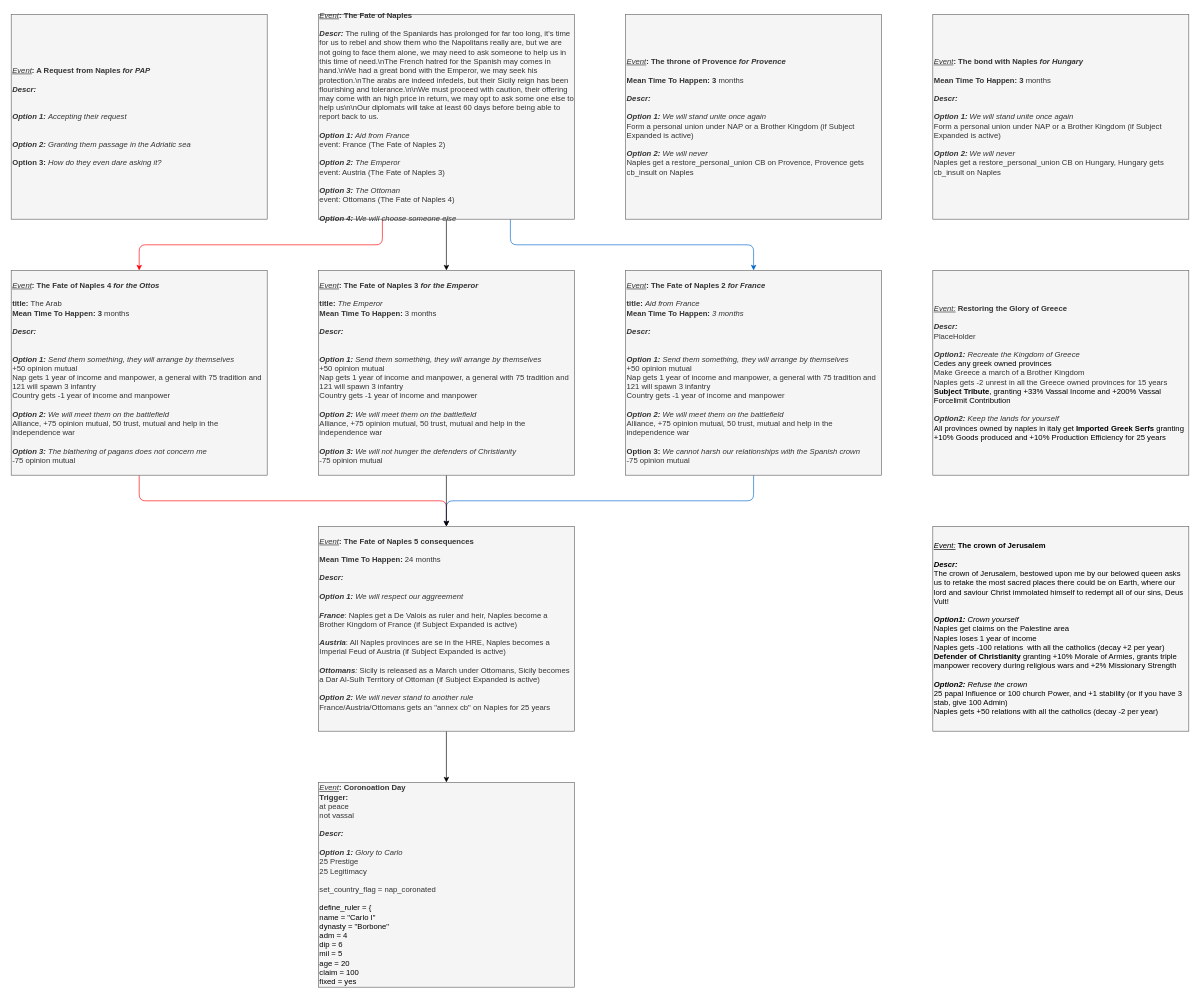
Before: page "Events" (2 of 2) of Naples/It's Pizza Time 0.96.drawio in Melvasul/Missions-Expanded, a draw.io diagram. Source tidied: cells renumbered, new cells numbered last; positions are measured from the earlier drawing's top-left corner, leaving out a move shared by most shapes. Both pictures are drawn from the tidied source at 64%, with x=0, y=0 at pixel (11, 14).
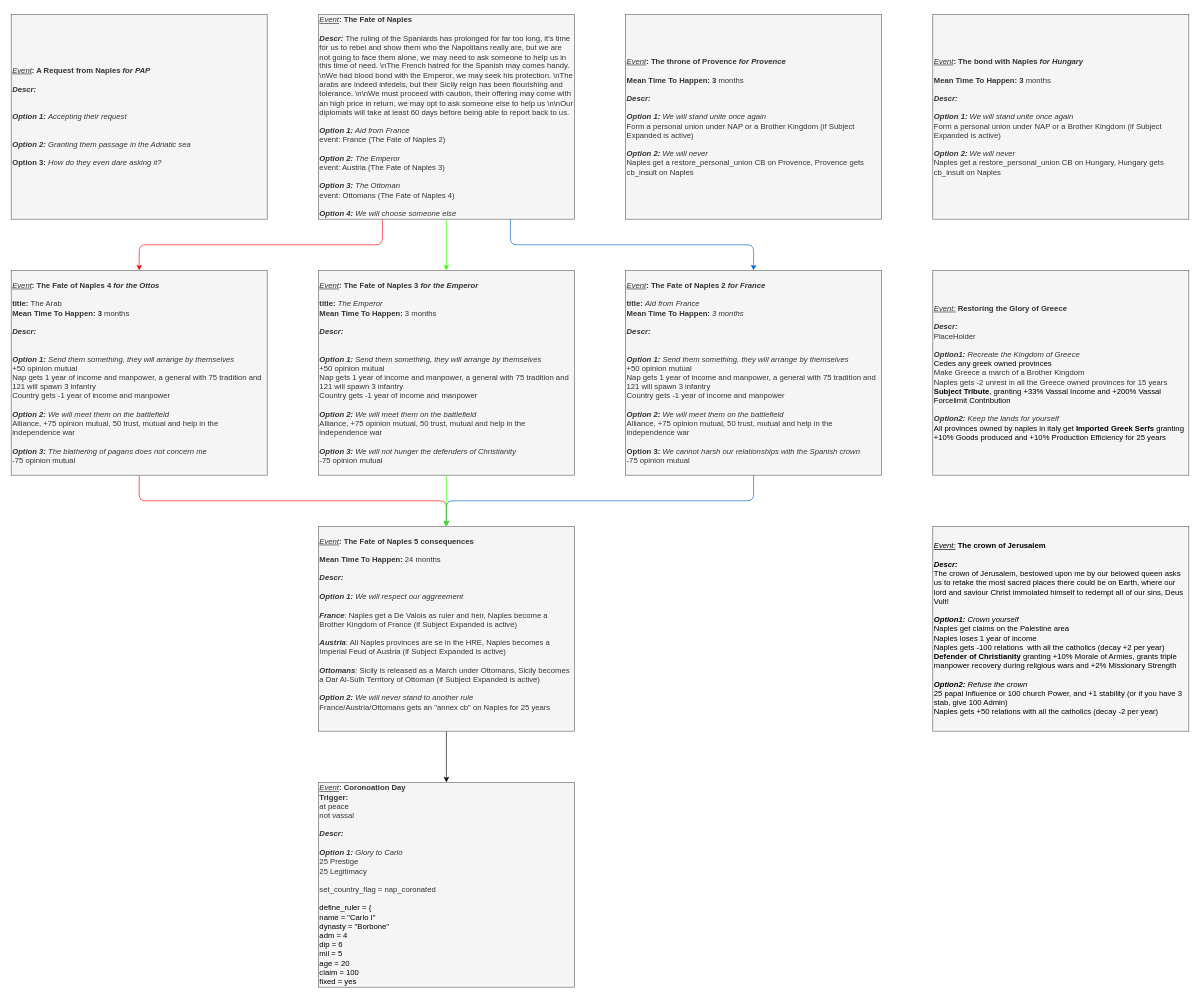
Above is the later version.

The change refers to these unchanged cells:
```xml
<mxCell id="15" value="&lt;div style=&quot;font-size: 12px&quot;&gt;&lt;i&gt;&lt;u&gt;Event&lt;/u&gt;&lt;/i&gt;&lt;b&gt;: The Fate of Naples 3 &lt;i&gt;for the Emperor&lt;/i&gt;&lt;/b&gt;&lt;/div&gt;&lt;div style=&quot;font-size: 12px&quot;&gt;&lt;b&gt;&lt;br&gt;&lt;/b&gt;&lt;/div&gt;&lt;div&gt;&lt;b&gt;title:&lt;/b&gt; &lt;i&gt;The Emperor&lt;/i&gt;&lt;br&gt;&lt;/div&gt;&lt;div style=&quot;font-size: 12px&quot;&gt;&lt;b&gt;Mean Time To Happen: &lt;/b&gt;3 months&lt;/div&gt;&lt;div style=&quot;font-size: 12px&quot;&gt;&lt;b&gt;&lt;br&gt;&lt;/b&gt;&lt;/div&gt;&lt;div&gt;&lt;font&gt;&lt;div style=&quot;font-size: 12px&quot;&gt;&lt;b style=&quot;font-size: 12px&quot;&gt;&lt;i style=&quot;font-size: 12px&quot;&gt;Descr:&lt;/i&gt;&lt;/b&gt;&lt;/div&gt;&lt;div&gt;&lt;br&gt;&lt;/div&gt;&lt;div&gt;&lt;br&gt;&lt;/div&gt;&lt;/font&gt;&lt;/div&gt;&lt;div style=&quot;font-size: 12px&quot;&gt;&lt;/div&gt;&lt;b style=&quot;font-style: italic&quot;&gt;Option 1:&lt;/b&gt;&lt;span style=&quot;font-style: italic&quot;&gt;&amp;nbsp;Send them something, they will arrange by themselves&lt;br&gt;&lt;/span&gt;+50 opinion mutual&lt;br&gt;Nap gets 1 year of income and manpower, a general with 75 tradition and 121 will spawn 3 infantry&lt;br&gt;Country gets -1 year of income and manpower&lt;br&gt;&lt;br&gt;&lt;i&gt;&lt;b&gt;Option 2:&lt;/b&gt;&amp;nbsp;We will meet them on the battlefield&lt;br&gt;&lt;/i&gt;Alliance, +75 opinion mutual, 50 trust, mutual and help in the independence war&lt;br&gt;&lt;br&gt;&lt;i&gt;&lt;b&gt;Option 3:&lt;/b&gt;&amp;nbsp;We will not hunger the defenders of Christianity&lt;br&gt;&lt;/i&gt;-75 opinion mutual" style="rounded=0;whiteSpace=wrap;html=1;align=left;fontSize=12;fillColor=#f5f5f5;strokeColor=#666666;fontColor=#333333;" parent="1" vertex="1">
  <mxGeometry x="480" y="400" width="400" height="320" as="geometry" />
</mxCell>
<mxCell id="18" value="&lt;div style=&quot;font-size: 12px&quot;&gt;&lt;i&gt;&lt;u&gt;Event&lt;/u&gt;&lt;/i&gt;&lt;b&gt;: The Fate of Naples 5 consequences&lt;/b&gt;&lt;/div&gt;&lt;div style=&quot;font-size: 12px&quot;&gt;&lt;b&gt;&lt;br&gt;&lt;/b&gt;&lt;/div&gt;&lt;div style=&quot;font-size: 12px&quot;&gt;&lt;b&gt;Mean Time To Happen: &lt;/b&gt;24 months&lt;/div&gt;&lt;div style=&quot;font-size: 12px&quot;&gt;&lt;b&gt;&lt;br&gt;&lt;/b&gt;&lt;/div&gt;&lt;div&gt;&lt;font&gt;&lt;div style=&quot;font-size: 12px&quot;&gt;&lt;b style=&quot;font-size: 12px&quot;&gt;&lt;i style=&quot;font-size: 12px&quot;&gt;Descr:&amp;nbsp;&lt;/i&gt;&lt;/b&gt;&lt;/div&gt;&lt;div style=&quot;font-size: 12px&quot;&gt;&lt;b style=&quot;font-size: 12px&quot;&gt;&lt;i style=&quot;font-size: 12px&quot;&gt;&lt;br&gt;&lt;/i&gt;&lt;/b&gt;&lt;/div&gt;&lt;/font&gt;&lt;/div&gt;&lt;div style=&quot;font-size: 12px&quot;&gt;&lt;/div&gt;&lt;font&gt;&lt;b style=&quot;font-size: 12px ; font-style: italic&quot;&gt;Option 1:&lt;/b&gt;&lt;span style=&quot;font-size: 12px ; font-style: italic&quot;&gt;&amp;nbsp;We will respect our aggreement&lt;/span&gt;&lt;br&gt;&lt;i&gt;&lt;b&gt;&lt;br&gt;France&lt;/b&gt;&lt;/i&gt;: Naples get a De Valois as ruler and heir, Naples become a Brother Kingdom of France (if Subject Expanded is active)&lt;br&gt;&lt;i&gt;&lt;b&gt;&lt;br&gt;Austria&lt;/b&gt;&lt;/i&gt;: All Naples provinces are se in the HRE, Naples becomes a Imperial Feud of Austria (if Subject Expanded is active)&lt;br&gt;&lt;br&gt;&lt;i&gt;&lt;b&gt;Ottomans&lt;/b&gt;:&lt;/i&gt;&amp;nbsp;Sicily is released as a March under Ottomans, Sicily becomes a Dar Al-Sulh Territory of Ottoman (if Subject Expanded is active)&lt;br&gt;&lt;br&gt;&lt;span style=&quot;font-size: 12px&quot;&gt;&lt;b style=&quot;font-style: italic&quot;&gt;Option 2:&lt;/b&gt;&lt;i&gt; We will never stand to another rule&lt;/i&gt;&lt;br&gt;France/Austria/Ottomans gets an &quot;annex cb&quot; on Naples for 25 years&lt;br&gt;&lt;br&gt;&lt;/span&gt;&lt;/font&gt;" style="rounded=0;whiteSpace=wrap;html=1;align=left;fontSize=12;fillColor=#f5f5f5;strokeColor=#666666;fontColor=#333333;" parent="1" vertex="1">
  <mxGeometry x="480" y="800" width="400" height="320" as="geometry" />
</mxCell>
```

Change to the diagram source:
```diff
@@
-    <mxCell id="6" style="edgeStyle=orthogonalEdgeStyle;rounded=1;jettySize=auto;html=1;" parent="1" edge="1" source="7" target="15">
+    <mxCell id="6" style="edgeStyle=orthogonalEdgeStyle;rounded=1;jettySize=auto;html=1;strokeColor=#33FF00;" parent="1" edge="1" source="7" target="15">
       <mxGeometry relative="1" as="geometry" />
     </mxCell>
-    <mxCell id="7" value="&lt;div style=&quot;font-size: 12px&quot;&gt;&lt;i&gt;&lt;u&gt;Event&lt;/u&gt;&lt;/i&gt;&lt;b&gt;: The Fate of Naples&lt;/b&gt;&lt;/div&gt;&lt;div style=&quot;font-size: 12px&quot;&gt;&lt;b&gt;&lt;br&gt;&lt;/b&gt;&lt;/div&gt;&lt;div&gt;&lt;font&gt;&lt;div&gt;&lt;b style=&quot;font-size: 12px&quot;&gt;&lt;i style=&quot;font-size: 12px&quot;&gt;Descr:&amp;nbsp;&lt;/i&gt;&lt;/b&gt;&lt;span&gt;The ruling of the Spaniards has prolonged for far too long, it's time for us to rebel and show them who the Napolitans really are, but we are not going to face them alone, we may need to ask someone to help us in this time of need.\n&lt;/span&gt;&lt;span&gt;The French hatred for the Spanish may comes in hand.\n&lt;/span&gt;&lt;span&gt;We had a great bond with the Emperor, we may seek his protection.\n&lt;/span&gt;&lt;span&gt;The arabs are indeed infedels, but their Sicily reign has been flourishing and tolerance.\n\n&lt;/span&gt;&lt;span&gt;We must proceed with caution, their offering may come with an high price in return, we may opt to ask some one else to help us\n\n&lt;/span&gt;&lt;span&gt;Our diplomats will take at least 60 days before being able to report back to us.&lt;/span&gt;&lt;/div&gt;&lt;div&gt;&lt;br&gt;&lt;/div&gt;&lt;/font&gt;&lt;/div&gt;&lt;div style=&quot;font-size: 12px&quot;&gt;&lt;/div&gt;&lt;font&gt;&lt;b style=&quot;font-size: 12px ; font-style: italic&quot;&gt;Option 1:&lt;/b&gt;&lt;span style=&quot;font-size: 12px ; font-style: italic&quot;&gt; &lt;/span&gt;&lt;span style=&quot;font-size: 12px ; font-style: italic&quot;&gt;Aid from France&lt;/span&gt;&lt;br&gt;event: France (The Fate of Naples 2)&lt;br&gt;&lt;br&gt;&lt;span style=&quot;font-size: 12px&quot;&gt;&lt;i&gt;&lt;b&gt;Option 2:&lt;/b&gt; The Emperor&lt;/i&gt;&lt;/span&gt;&lt;br&gt;&lt;div&gt;event: Austria (The Fate of Naples 3)&lt;br&gt;&lt;/div&gt;&lt;div&gt;&lt;br&gt;&lt;/div&gt;&lt;div&gt;&lt;i style=&quot;font-weight: bold&quot;&gt;Option 3: &lt;/i&gt;&lt;i&gt;The Ottoman&lt;/i&gt;&lt;/div&gt;&lt;div&gt;event: Ottomans (The Fate of Naples 4)&lt;i&gt;&lt;br&gt;&lt;/i&gt;&lt;/div&gt;&lt;div&gt;&lt;br&gt;&lt;/div&gt;&lt;div&gt;&lt;b&gt;&lt;i&gt;Option 4:&amp;nbsp;&lt;/i&gt;&lt;/b&gt;&lt;span&gt;&lt;i&gt;We will choose someone else&lt;/i&gt;&lt;/span&gt;&lt;/div&gt;&lt;/font&gt;" style="rounded=0;whiteSpace=wrap;html=1;align=left;fontSize=12;fillColor=#f5f5f5;strokeColor=#666666;fontColor=#333333;" parent="1" vertex="1">
+    <mxCell id="7" value="&lt;div style=&quot;font-size: 12px&quot;&gt;&lt;i&gt;&lt;u&gt;Event&lt;/u&gt;&lt;/i&gt;&lt;b&gt;: The Fate of Naples&lt;/b&gt;&lt;/div&gt;&lt;div style=&quot;font-size: 12px&quot;&gt;&lt;b&gt;&lt;br&gt;&lt;/b&gt;&lt;/div&gt;&lt;div&gt;&lt;font&gt;&lt;div&gt;&lt;b style=&quot;font-size: 12px&quot;&gt;&lt;i style=&quot;font-size: 12px&quot;&gt;Descr:&amp;nbsp;&lt;/i&gt;&lt;/b&gt;&lt;span&gt;The ruling of the Spaniards has prolonged for far too long, it's time for us to rebel and show them who the Napolitans really are, but we are not going to face them alone, we may need to ask someone to help us in this time of need. \n&lt;/span&gt;&lt;span&gt;The French hatred for the Spanish may comes handy. \n&lt;/span&gt;&lt;span&gt;We had blood bond with the Emperor, we may seek his protection. \n&lt;/span&gt;&lt;span&gt;The arabs are indeed infedels, but their Sicily reign has been flourishing and tolerance. \n\n&lt;/span&gt;&lt;span&gt;We must proceed with caution, their offering may come with an high price in return, we may opt to ask someone else to help us \n\n&lt;/span&gt;&lt;span&gt;Our diplomats will take at least 60 days before being able to report back to us.&lt;/span&gt;&lt;/div&gt;&lt;div&gt;&lt;br&gt;&lt;/div&gt;&lt;/font&gt;&lt;/div&gt;&lt;div style=&quot;font-size: 12px&quot;&gt;&lt;/div&gt;&lt;font&gt;&lt;b style=&quot;font-size: 12px ; font-style: italic&quot;&gt;Option 1:&lt;/b&gt;&lt;span style=&quot;font-size: 12px ; font-style: italic&quot;&gt; &lt;/span&gt;&lt;span style=&quot;font-size: 12px ; font-style: italic&quot;&gt;Aid from France&lt;/span&gt;&lt;br&gt;event: France (The Fate of Naples 2)&lt;br&gt;&lt;br&gt;&lt;span style=&quot;font-size: 12px&quot;&gt;&lt;i&gt;&lt;b&gt;Option 2:&lt;/b&gt; The Emperor&lt;/i&gt;&lt;/span&gt;&lt;br&gt;&lt;div&gt;event: Austria (The Fate of Naples 3)&lt;br&gt;&lt;/div&gt;&lt;div&gt;&lt;br&gt;&lt;/div&gt;&lt;div&gt;&lt;i style=&quot;font-weight: bold&quot;&gt;Option 3: &lt;/i&gt;&lt;i&gt;The Ottoman&lt;/i&gt;&lt;/div&gt;&lt;div&gt;event: Ottomans (The Fate of Naples 4)&lt;i&gt;&lt;br&gt;&lt;/i&gt;&lt;/div&gt;&lt;div&gt;&lt;br&gt;&lt;/div&gt;&lt;div&gt;&lt;b&gt;&lt;i&gt;Option 4:&amp;nbsp;&lt;/i&gt;&lt;/b&gt;&lt;span&gt;&lt;i&gt;We will choose someone else&lt;/i&gt;&lt;/span&gt;&lt;/div&gt;&lt;/font&gt;" style="rounded=0;whiteSpace=wrap;html=1;align=left;fontSize=12;fillColor=#f5f5f5;strokeColor=#666666;fontColor=#333333;" parent="1" vertex="1">
       <mxGeometry x="480" width="400" height="320" as="geometry" />
     </mxCell>
@@
-    <mxCell id="14" style="edgeStyle=orthogonalEdgeStyle;rounded=1;jettySize=auto;html=1;" parent="1" edge="1" source="15" target="18">
+    <mxCell id="14" style="edgeStyle=orthogonalEdgeStyle;rounded=1;jettySize=auto;html=1;strokeColor=#33FF00;" parent="1" edge="1" source="15" target="18">
       <mxGeometry relative="1" as="geometry" />
     </mxCell>
```
